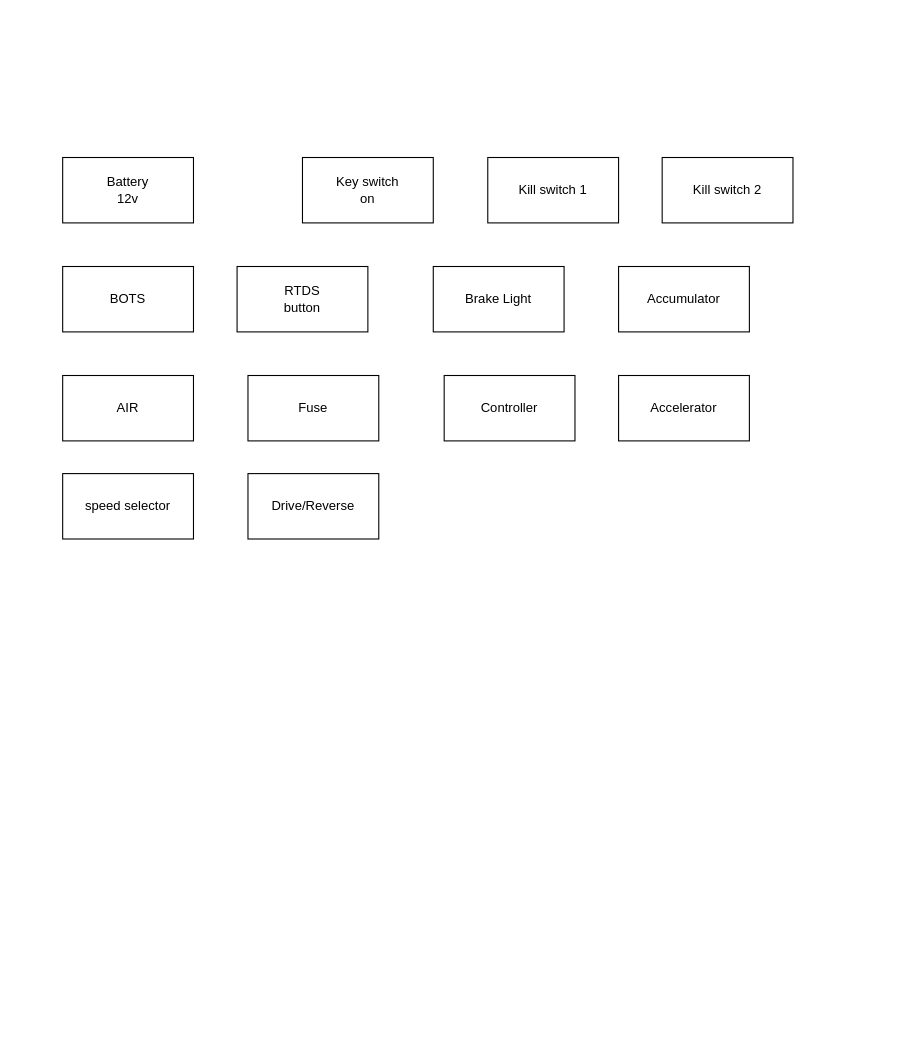
The draw.io diagram Untitled Diagram.drawio in George262004/GKDC, before the edit. Source tidied: cells renumbered, new cells numbered last; positions are measured from the earlier drawing's top-left corner, leaving out a move shared by most shapes. Both pictures are drawn from the tidied source at 109%, with x=0, y=0 at pixel (62, 157).
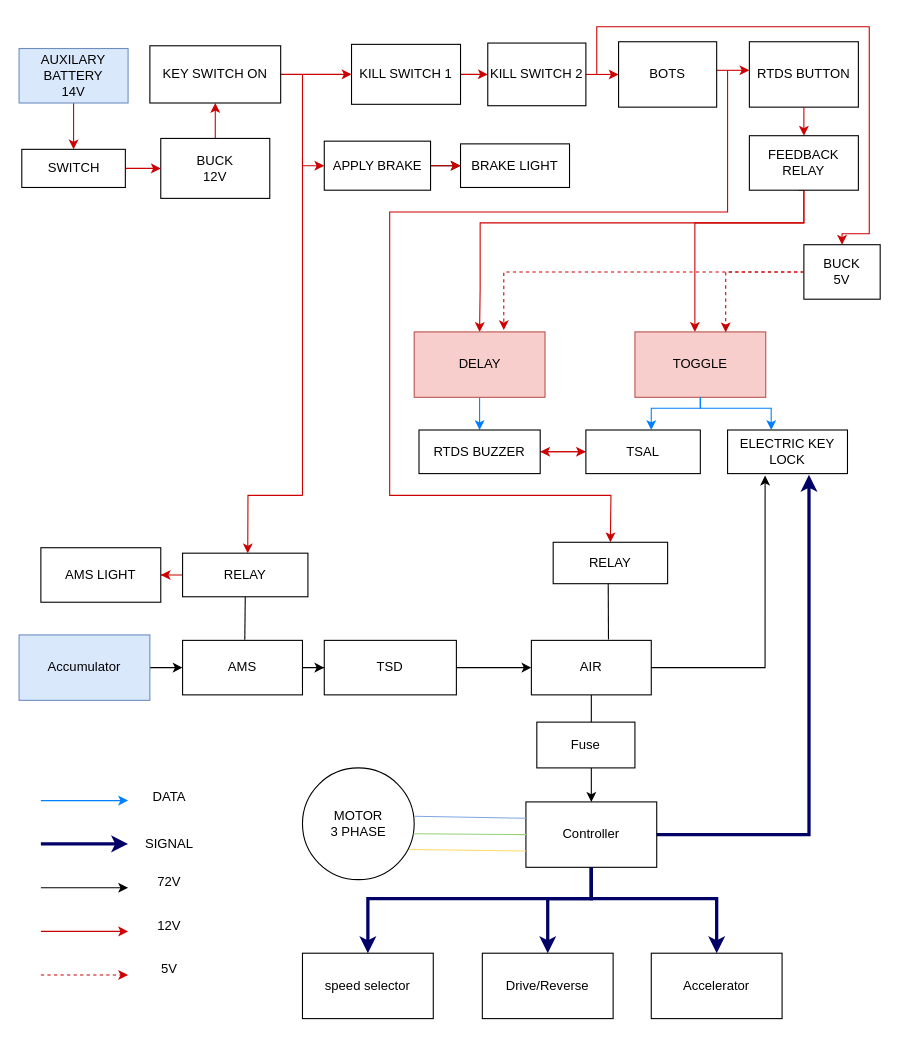
Above is the later version.

Change to the diagram source:
```diff
@@
+    <mxCell id="16" style="edgeStyle=orthogonalEdgeStyle;rounded=0;jettySize=auto;html=1;strokeColor=#CC0000;" parent="1" edge="1" source="2" target="30">
+      <mxGeometry relative="1" as="geometry" />
+    </mxCell>
-    <mxCell id="2" value="Battery&lt;br&gt;12v" style="rounded=0;whiteSpace=wrap;html=1;" parent="1" vertex="1">
-      <mxGeometry width="120" height="60" as="geometry" />
+    <mxCell id="2" value="AUXILARY BATTERY&lt;br&gt;14V" style="rounded=0;whiteSpace=wrap;html=1;fillColor=#dae8fc;strokeColor=#6c8ebf;" parent="1" vertex="1">
+      <mxGeometry x="-40" y="-100" width="100" height="50" as="geometry" />
     </mxCell>
-    <mxCell id="3" value="Key switch&lt;br&gt;on" style="rounded=0;whiteSpace=wrap;html=1;" parent="1" vertex="1">
-      <mxGeometry x="220" width="120" height="60" as="geometry" />
+    <mxCell id="3" value="BRAKE LIGHT" style="rounded=0;whiteSpace=wrap;html=1;" parent="1" vertex="1">
+      <mxGeometry x="365" y="-12.5" width="100" height="40" as="geometry" />
     </mxCell>
+    <mxCell id="17" style="edgeStyle=orthogonalEdgeStyle;rounded=0;jettySize=auto;html=1;strokeColor=#CC0000;" parent="1" edge="1" source="4" target="5">
+      <mxGeometry relative="1" as="geometry" />
+    </mxCell>
-    <mxCell id="4" value="Kill switch 1&lt;br&gt;" style="rounded=0;whiteSpace=wrap;html=1;" parent="1" vertex="1">
-      <mxGeometry x="390" width="120" height="60" as="geometry" />
+    <mxCell id="4" value="KILL SWITCH 1" style="rounded=0;whiteSpace=wrap;html=1;" parent="1" vertex="1">
+      <mxGeometry x="265" y="-103.8" width="100" height="55" as="geometry" />
     </mxCell>
+    <mxCell id="18" style="edgeStyle=orthogonalEdgeStyle;rounded=0;jettySize=auto;html=1;strokeColor=#CC0000;entryX=0.5;entryY=0;entryDx=0;entryDy=0;" parent="1" edge="1" source="5" target="40">
+      <mxGeometry relative="1" as="geometry">
+        <Array as="points">
+          <mxPoint x="490" y="-76" />
+          <mxPoint x="490" y="-120" />
+          <mxPoint x="740" y="-120" />
+          <mxPoint x="740" y="70" />
+          <mxPoint x="715" y="70" />
+        </Array>
+      </mxGeometry>
+    </mxCell>
+    <mxCell id="19" style="edgeStyle=orthogonalEdgeStyle;rounded=0;jettySize=auto;html=1;strokeColor=#CC0000;" parent="1" edge="1" source="5" target="6">
+      <mxGeometry relative="1" as="geometry" />
+    </mxCell>
-    <mxCell id="5" value="Kill switch 2&lt;br&gt;" style="rounded=0;whiteSpace=wrap;html=1;" parent="1" vertex="1">
-      <mxGeometry x="550" width="120" height="60" as="geometry" />
+    <mxCell id="5" value="KILL SWITCH 2" style="rounded=0;whiteSpace=wrap;html=1;" parent="1" vertex="1">
+      <mxGeometry x="390" y="-105" width="90" height="57.5" as="geometry" />
     </mxCell>
+    <mxCell id="20" style="edgeStyle=orthogonalEdgeStyle;rounded=0;jettySize=auto;html=1;strokeColor=#CC0000;" parent="1" edge="1" source="6" target="8">
+      <mxGeometry relative="1" as="geometry">
+        <Array as="points">
+          <mxPoint x="610" y="-80" />
+          <mxPoint x="610" y="-80" />
+        </Array>
+      </mxGeometry>
+    </mxCell>
+    <mxCell id="21" style="rounded=0;jettySize=auto;html=1;entryX=0.5;entryY=0;entryDx=0;entryDy=0;strokeColor=#CC0000;" parent="1" edge="1" target="58">
+      <mxGeometry relative="1" as="geometry">
+        <mxPoint x="610" y="-80" as="sourcePoint" />
+        <Array as="points">
+          <mxPoint x="610" y="50" />
+          <mxPoint x="300" y="50" />
+          <mxPoint x="300" y="310" />
+          <mxPoint x="503" y="310" />
+        </Array>
+      </mxGeometry>
+    </mxCell>
     <mxCell id="6" value="BOTS" style="rounded=0;whiteSpace=wrap;html=1;" parent="1" vertex="1">
-      <mxGeometry y="100" width="120" height="60" as="geometry" />
+      <mxGeometry x="510" y="-106.2" width="90" height="60" as="geometry" />
     </mxCell>
+    <mxCell id="22" style="edgeStyle=orthogonalEdgeStyle;rounded=0;jettySize=auto;html=1;strokeColor=#CC0000;" parent="1" edge="1" source="7" target="33">
+      <mxGeometry relative="1" as="geometry" />
+    </mxCell>
-    <mxCell id="7" value="Brake Light" style="rounded=0;whiteSpace=wrap;html=1;" parent="1" vertex="1">
-      <mxGeometry x="340" y="100" width="120" height="60" as="geometry" />
+    <mxCell id="7" value="BUCK&lt;br&gt;12V" style="rounded=0;whiteSpace=wrap;html=1;" parent="1" vertex="1">
+      <mxGeometry x="90" y="-17.5" width="100" height="55" as="geometry" />
     </mxCell>
+    <mxCell id="23" style="edgeStyle=orthogonalEdgeStyle;rounded=0;jettySize=auto;html=1;strokeColor=#CC0000;" parent="1" edge="1" source="8" target="39">
+      <mxGeometry relative="1" as="geometry" />
+    </mxCell>
-    <mxCell id="8" value="RTDS&lt;br&gt;button" style="rounded=0;whiteSpace=wrap;html=1;" parent="1" vertex="1">
-      <mxGeometry x="160" y="100" width="120" height="60" as="geometry" />
+    <mxCell id="8" value="RTDS BUTTON" style="rounded=0;whiteSpace=wrap;html=1;" parent="1" vertex="1">
+      <mxGeometry x="630" y="-106.2" width="100" height="60" as="geometry" />
     </mxCell>
+    <mxCell id="24" style="edgeStyle=orthogonalEdgeStyle;rounded=0;jettySize=auto;html=1;" parent="1" edge="1" source="9" target="52">
+      <mxGeometry relative="1" as="geometry" />
+    </mxCell>
-    <mxCell id="9" value="Accumulator" style="rounded=0;whiteSpace=wrap;html=1;" parent="1" vertex="1">
-      <mxGeometry x="510" y="100" width="120" height="60" as="geometry" />
+    <mxCell id="9" value="Accumulator" style="rounded=0;whiteSpace=wrap;html=1;fillColor=#dae8fc;strokeColor=#6c8ebf;" parent="1" vertex="1">
+      <mxGeometry x="-40" y="438" width="120" height="60" as="geometry" />
     </mxCell>
+    <mxCell id="25" style="edgeStyle=orthogonalEdgeStyle;rounded=0;jettySize=auto;html=1;" parent="1" edge="1" source="10" target="12">
+      <mxGeometry relative="1" as="geometry" />
+    </mxCell>
     <mxCell id="10" value="AIR" style="rounded=0;whiteSpace=wrap;html=1;" parent="1" vertex="1">
-      <mxGeometry y="200" width="120" height="60" as="geometry" />
+      <mxGeometry x="430" y="443" width="110" height="50" as="geometry" />
     </mxCell>
     <mxCell id="11" value="Fuse" style="rounded=0;whiteSpace=wrap;html=1;" parent="1" vertex="1">
-      <mxGeometry x="170" y="200" width="120" height="60" as="geometry" />
+      <mxGeometry x="435" y="518" width="90" height="42" as="geometry" />
     </mxCell>
+    <mxCell id="26" style="edgeStyle=orthogonalEdgeStyle;rounded=0;jettySize=auto;html=1;strokeColor=#000066;strokeWidth=3;" parent="1" edge="1" source="12" target="14">
+      <mxGeometry relative="1" as="geometry">
+        <Array as="points">
+          <mxPoint x="485" y="680" />
+          <mxPoint x="445" y="680" />
+        </Array>
+      </mxGeometry>
+    </mxCell>
+    <mxCell id="27" style="edgeStyle=orthogonalEdgeStyle;rounded=0;jettySize=auto;html=1;strokeColor=#000066;strokeWidth=3;" parent="1" edge="1" source="12" target="15">
+      <mxGeometry relative="1" as="geometry">
+        <Array as="points">
+          <mxPoint x="485" y="680" />
+          <mxPoint x="280" y="680" />
+        </Array>
+      </mxGeometry>
+    </mxCell>
+    <mxCell id="28" style="edgeStyle=orthogonalEdgeStyle;rounded=0;jettySize=auto;html=1;entryX=0.5;entryY=0;entryDx=0;entryDy=0;strokeColor=#000066;strokeWidth=3;" parent="1" edge="1" source="12" target="13">
+      <mxGeometry relative="1" as="geometry">
+        <Array as="points">
+          <mxPoint x="485" y="680" />
+          <mxPoint x="600" y="680" />
+        </Array>
+      </mxGeometry>
+    </mxCell>
     <mxCell id="12" value="Controller" style="rounded=0;whiteSpace=wrap;html=1;" parent="1" vertex="1">
-      <mxGeometry x="350" y="200" width="120" height="60" as="geometry" />
+      <mxGeometry x="425" y="591.2" width="120" height="60" as="geometry" />
     </mxCell>
     <mxCell id="13" value="Accelerator" style="rounded=0;whiteSpace=wrap;html=1;" parent="1" vertex="1">
-      <mxGeometry x="510" y="200" width="120" height="60" as="geometry" />
+      <mxGeometry x="540" y="730" width="120" height="60" as="geometry" />
     </mxCell>
     <mxCell id="14" value="Drive/Reverse" style="rounded=0;whiteSpace=wrap;html=1;" parent="1" vertex="1">
-      <mxGeometry x="170" y="290" width="120" height="60" as="geometry" />
+      <mxGeometry x="385" y="730" width="120" height="60" as="geometry" />
     </mxCell>
     <mxCell id="15" value="speed selector" style="rounded=0;whiteSpace=wrap;html=1;" parent="1" vertex="1">
-      <mxGeometry y="290" width="120" height="60" as="geometry" />
+      <mxGeometry x="220" y="730" width="120" height="60" as="geometry" />
     </mxCell>
+    <mxCell id="29" style="edgeStyle=orthogonalEdgeStyle;rounded=0;jettySize=auto;html=1;strokeColor=#CC0000;" parent="1" edge="1" source="30" target="7">
+      <mxGeometry relative="1" as="geometry" />
+    </mxCell>
+    <mxCell id="30" value="SWITCH&lt;br&gt;" style="rounded=0;whiteSpace=wrap;html=1;" parent="1" vertex="1">
+      <mxGeometry x="-37.5" y="-7.5" width="95" height="35" as="geometry" />
+    </mxCell>
+    <mxCell id="31" style="edgeStyle=elbowEdgeStyle;rounded=0;jettySize=auto;html=1;strokeColor=#CC0000;" parent="1" edge="1" source="33" target="4">
+      <mxGeometry relative="1" as="geometry" />
+    </mxCell>
+    <mxCell id="32" style="edgeStyle=orthogonalEdgeStyle;rounded=0;jettySize=auto;html=1;entryX=0;entryY=0.5;entryDx=0;entryDy=0;strokeColor=#CC0000;" parent="1" edge="1" source="33" target="36">
+      <mxGeometry relative="1" as="geometry" />
+    </mxCell>
+    <mxCell id="33" value="KEY SWITCH ON" style="rounded=0;whiteSpace=wrap;html=1;" parent="1" vertex="1">
+      <mxGeometry x="80" y="-102.5" width="120" height="52.5" as="geometry" />
+    </mxCell>
+    <mxCell id="34" style="edgeStyle=orthogonalEdgeStyle;rounded=0;jettySize=auto;html=1;" parent="1" edge="1" source="36" target="3">
+      <mxGeometry relative="1" as="geometry" />
+    </mxCell>
+    <mxCell id="35" style="edgeStyle=orthogonalEdgeStyle;rounded=0;jettySize=auto;html=1;strokeColor=#CC0000;" parent="1" edge="1" source="36" target="3">
+      <mxGeometry relative="1" as="geometry" />
+    </mxCell>
+    <mxCell id="36" value="APPLY BRAKE" style="rounded=0;whiteSpace=wrap;html=1;" parent="1" vertex="1">
+      <mxGeometry x="240" y="-15" width="97.5" height="45" as="geometry" />
+    </mxCell>
+    <mxCell id="37" style="edgeStyle=orthogonalEdgeStyle;rounded=0;jettySize=auto;html=1;entryX=0.5;entryY=0;entryDx=0;entryDy=0;strokeColor=#CC0000;" parent="1" edge="1" source="39" target="42">
+      <mxGeometry relative="1" as="geometry">
+        <Array as="points">
+          <mxPoint x="680" y="60" />
+          <mxPoint x="383" y="60" />
+          <mxPoint x="383" y="120" />
+        </Array>
+      </mxGeometry>
+    </mxCell>
+    <mxCell id="38" style="edgeStyle=orthogonalEdgeStyle;rounded=0;orthogonalLoop=1;jettySize=auto;html=1;entryX=0.5;entryY=0;entryDx=0;entryDy=0;strokeColor=#CC0000;" parent="1" edge="1">
+      <mxGeometry relative="1" as="geometry">
+        <mxPoint x="675" y="30" as="sourcePoint" />
+        <mxPoint x="580" y="160" as="targetPoint" />
+        <Array as="points">
+          <mxPoint x="680" y="30" />
+          <mxPoint x="680" y="60" />
+          <mxPoint x="580" y="60" />
+        </Array>
+      </mxGeometry>
+    </mxCell>
+    <mxCell id="39" value="FEEDBACK RELAY" style="rounded=0;whiteSpace=wrap;html=1;" parent="1" vertex="1">
+      <mxGeometry x="630" y="-20" width="100" height="50" as="geometry" />
+    </mxCell>
+    <mxCell id="40" value="BUCK&lt;br&gt;5V" style="rounded=0;whiteSpace=wrap;html=1;" parent="1" vertex="1">
+      <mxGeometry x="680" y="80" width="70" height="50" as="geometry" />
+    </mxCell>
+    <mxCell id="41" style="edgeStyle=orthogonalEdgeStyle;rounded=0;jettySize=auto;html=1;strokeColor=#007FFF;" parent="1" edge="1" source="42" target="47">
+      <mxGeometry relative="1" as="geometry" />
+    </mxCell>
+    <mxCell id="42" value="DELAY" style="rounded=0;whiteSpace=wrap;html=1;fillColor=#f8cecc;strokeColor=#b85450;" parent="1" vertex="1">
+      <mxGeometry x="322.5" y="160" width="120" height="60" as="geometry" />
+    </mxCell>
+    <mxCell id="43" value="TOGGLE" style="rounded=0;whiteSpace=wrap;html=1;fillColor=#f8cecc;strokeColor=#b85450;" parent="1" vertex="1">
+      <mxGeometry x="525" y="160" width="120" height="60" as="geometry" />
+    </mxCell>
+    <mxCell id="44" style="edgeStyle=orthogonalEdgeStyle;rounded=0;jettySize=auto;html=1;entryX=0.685;entryY=-0.028;entryDx=0;entryDy=0;entryPerimeter=0;dashed=1;strokeColor=#CC0000;" parent="1" edge="1" source="40" target="42">
+      <mxGeometry relative="1" as="geometry" />
+    </mxCell>
+    <mxCell id="45" style="edgeStyle=orthogonalEdgeStyle;rounded=0;jettySize=auto;html=1;entryX=0.694;entryY=0.006;entryDx=0;entryDy=0;entryPerimeter=0;dashed=1;strokeColor=#CC0000;" parent="1" edge="1" source="40" target="43">
+      <mxGeometry relative="1" as="geometry" />
+    </mxCell>
+    <mxCell id="46" style="edgeStyle=orthogonalEdgeStyle;rounded=0;jettySize=auto;html=1;strokeColor=#CC0000;" parent="1" edge="1" source="47" target="49">
+      <mxGeometry relative="1" as="geometry" />
+    </mxCell>
+    <mxCell id="47" value="RTDS BUZZER" style="rounded=0;whiteSpace=wrap;html=1;" parent="1" vertex="1">
+      <mxGeometry x="326.9" y="250" width="111.2" height="40" as="geometry" />
+    </mxCell>
+    <mxCell id="48" style="edgeStyle=orthogonalEdgeStyle;rounded=0;jettySize=auto;html=1;entryX=1;entryY=0.5;entryDx=0;entryDy=0;strokeColor=#CC0000;" parent="1" edge="1" source="49" target="47">
+      <mxGeometry relative="1" as="geometry" />
+    </mxCell>
+    <mxCell id="49" value="TSAL" style="rounded=0;whiteSpace=wrap;html=1;" parent="1" vertex="1">
+      <mxGeometry x="480" y="250" width="105" height="40" as="geometry" />
+    </mxCell>
+    <mxCell id="50" value="ELECTRIC KEY LOCK" style="rounded=0;whiteSpace=wrap;html=1;" parent="1" vertex="1">
+      <mxGeometry x="610" y="250" width="110" height="40" as="geometry" />
+    </mxCell>
+    <mxCell id="51" style="edgeStyle=orthogonalEdgeStyle;rounded=0;jettySize=auto;html=1;" parent="1" edge="1" source="52" target="54">
+      <mxGeometry relative="1" as="geometry" />
+    </mxCell>
+    <mxCell id="52" value="AMS" style="rounded=0;whiteSpace=wrap;html=1;" parent="1" vertex="1">
+      <mxGeometry x="110" y="443" width="110" height="50" as="geometry" />
+    </mxCell>
+    <mxCell id="53" style="edgeStyle=orthogonalEdgeStyle;rounded=0;jettySize=auto;html=1;" parent="1" edge="1" source="54" target="10">
+      <mxGeometry relative="1" as="geometry" />
+    </mxCell>
+    <mxCell id="54" value="TSD" style="rounded=0;whiteSpace=wrap;html=1;" parent="1" vertex="1">
+      <mxGeometry x="240" y="443" width="121.2" height="50" as="geometry" />
+    </mxCell>
+    <mxCell id="55" style="edgeStyle=orthogonalEdgeStyle;rounded=0;jettySize=auto;html=1;strokeColor=#CC0000;" parent="1" edge="1" source="56" target="57">
+      <mxGeometry relative="1" as="geometry" />
+    </mxCell>
+    <mxCell id="56" value="RELAY" style="rounded=0;whiteSpace=wrap;html=1;" parent="1" vertex="1">
+      <mxGeometry x="110" y="363" width="115" height="40" as="geometry" />
+    </mxCell>
+    <mxCell id="57" value="AMS LIGHT" style="rounded=0;whiteSpace=wrap;html=1;" parent="1" vertex="1">
+      <mxGeometry x="-20" y="358" width="110" height="50" as="geometry" />
+    </mxCell>
+    <mxCell id="58" value="RELAY" style="rounded=0;whiteSpace=wrap;html=1;" parent="1" vertex="1">
+      <mxGeometry x="450" y="353" width="105" height="38" as="geometry" />
+    </mxCell>
+    <mxCell id="59" style="endArrow=none;html=1;rounded=0;exitX=0.5;exitY=1;exitDx=0;exitDy=0;entryX=0.519;entryY=-0.013;entryDx=0;entryDy=0;entryPerimeter=0;" parent="1" edge="1" source="56" target="52">
+      <mxGeometry relative="1" as="geometry" />
+    </mxCell>
+    <mxCell id="60" style="endArrow=none;html=1;rounded=0;entryX=0.481;entryY=0.993;entryDx=0;entryDy=0;exitX=0.643;exitY=-0.018;exitDx=0;exitDy=0;exitPerimeter=0;entryPerimeter=0;" parent="1" edge="1" source="10" target="58">
+      <mxGeometry relative="1" as="geometry" />
+    </mxCell>
+    <mxCell id="61" value="MOTOR&lt;br&gt;3 PHASE" style="ellipse;whiteSpace=wrap;html=1;" parent="1" vertex="1">
+      <mxGeometry x="220" y="560" width="102.5" height="102.5" as="geometry" />
+    </mxCell>
+    <mxCell id="62" style="edgeStyle=orthogonalEdgeStyle;rounded=0;jettySize=auto;html=1;entryX=0.313;entryY=1.046;entryDx=0;entryDy=0;entryPerimeter=0;" parent="1" edge="1" source="10" target="50">
+      <mxGeometry relative="1" as="geometry" />
+    </mxCell>
+    <mxCell id="63" style="edgeStyle=orthogonalEdgeStyle;rounded=0;jettySize=auto;html=1;exitX=1;exitY=0.5;exitDx=0;exitDy=0;entryX=0.679;entryY=1.028;entryDx=0;entryDy=0;entryPerimeter=0;strokeColor=#000066;strokeWidth=3;" parent="1" edge="1" source="12" target="50">
+      <mxGeometry relative="1" as="geometry" />
+    </mxCell>
+    <mxCell id="64" style="endArrow=none;html=1;rounded=0;entryX=0;entryY=0.25;entryDx=0;entryDy=0;exitX=1.002;exitY=0.433;exitDx=0;exitDy=0;exitPerimeter=0;strokeColor=#7EA6E0;" parent="1" edge="1" source="61" target="12">
+      <mxGeometry relative="1" as="geometry" />
+    </mxCell>
+    <mxCell id="65" style="endArrow=none;html=1;rounded=0;entryX=0;entryY=0.5;entryDx=0;entryDy=0;exitX=0.994;exitY=0.589;exitDx=0;exitDy=0;exitPerimeter=0;strokeColor=#97D077;" parent="1" edge="1" source="61" target="12">
+      <mxGeometry relative="1" as="geometry" />
+    </mxCell>
+    <mxCell id="66" style="endArrow=none;html=1;rounded=0;exitX=0.956;exitY=0.731;exitDx=0;exitDy=0;exitPerimeter=0;entryX=0;entryY=0.75;entryDx=0;entryDy=0;strokeColor=#FFD966;" parent="1" edge="1" source="61" target="12">
+      <mxGeometry relative="1" as="geometry" />
+    </mxCell>
+    <mxCell id="67" style="endArrow=classic;html=1;rounded=0;strokeColor=#007FFF;" parent="1" edge="1">
+      <mxGeometry relative="1" as="geometry">
+        <mxPoint x="-20" y="590" as="sourcePoint" />
+        <mxPoint x="60" y="590" as="targetPoint" />
+      </mxGeometry>
+    </mxCell>
+    <mxCell id="68" style="endArrow=classic;html=1;rounded=0;strokeColor=#000066;strokeWidth=3;" parent="1" edge="1">
+      <mxGeometry relative="1" as="geometry">
+        <mxPoint x="-20" y="629.7" as="sourcePoint" />
+        <mxPoint x="60" y="629.7" as="targetPoint" />
+      </mxGeometry>
+    </mxCell>
+    <mxCell id="69" style="endArrow=classic;html=1;rounded=0;" parent="1" edge="1">
+      <mxGeometry relative="1" as="geometry">
+        <mxPoint x="-20" y="670" as="sourcePoint" />
+        <mxPoint x="60" y="670" as="targetPoint" />
+      </mxGeometry>
+    </mxCell>
+    <mxCell id="70" style="endArrow=classic;html=1;rounded=0;strokeColor=#CC0000;" parent="1" edge="1">
+      <mxGeometry relative="1" as="geometry">
+        <mxPoint x="-20" y="710" as="sourcePoint" />
+        <mxPoint x="60" y="710" as="targetPoint" />
+      </mxGeometry>
+    </mxCell>
+    <mxCell id="71" style="endArrow=classic;html=1;rounded=0;strokeColor=#CC0000;dashed=1;" parent="1" edge="1">
+      <mxGeometry relative="1" as="geometry">
+        <mxPoint x="-20" y="750" as="sourcePoint" />
+        <mxPoint x="60" y="750" as="targetPoint" />
+      </mxGeometry>
+    </mxCell>
+    <mxCell id="72" value="DATA" style="text;strokeColor=none;align=center;fillColor=none;html=1;verticalAlign=middle;whiteSpace=wrap;rounded=0;" parent="1" vertex="1">
+      <mxGeometry x="57.5" y="570" width="80" height="33.8" as="geometry" />
+    </mxCell>
+    <mxCell id="73" value="SIGNAL" style="text;strokeColor=none;align=center;fillColor=none;html=1;verticalAlign=middle;whiteSpace=wrap;rounded=0;" parent="1" vertex="1">
+      <mxGeometry x="67.5" y="615" width="60" height="30" as="geometry" />
+    </mxCell>
+    <mxCell id="74" value="72V" style="text;strokeColor=none;align=center;fillColor=none;html=1;verticalAlign=middle;whiteSpace=wrap;rounded=0;" parent="1" vertex="1">
+      <mxGeometry x="67.5" y="650" width="60" height="30" as="geometry" />
+    </mxCell>
+    <mxCell id="75" value="12V" style="text;strokeColor=none;align=center;fillColor=none;html=1;verticalAlign=middle;whiteSpace=wrap;rounded=0;" parent="1" vertex="1">
+      <mxGeometry x="67.5" y="690" width="60" height="30" as="geometry" />
+    </mxCell>
+    <mxCell id="76" value="5V" style="text;strokeColor=none;align=center;fillColor=none;html=1;verticalAlign=middle;whiteSpace=wrap;rounded=0;" parent="1" vertex="1">
+      <mxGeometry x="67.5" y="730" width="60" height="30" as="geometry" />
+    </mxCell>
+    <mxCell id="77" style="edgeStyle=orthogonalEdgeStyle;rounded=0;jettySize=auto;html=1;exitX=0.5;exitY=1;exitDx=0;exitDy=0;entryX=0.571;entryY=0;entryDx=0;entryDy=0;entryPerimeter=0;strokeColor=#007FFF;" parent="1" edge="1" source="43" target="49">
+      <mxGeometry relative="1" as="geometry">
+        <Array as="points">
+          <mxPoint x="585" y="230" />
+          <mxPoint x="540" y="230" />
+        </Array>
+      </mxGeometry>
+    </mxCell>
+    <mxCell id="78" style="edgeStyle=orthogonalEdgeStyle;rounded=0;jettySize=auto;html=1;entryX=0.364;entryY=0;entryDx=0;entryDy=0;entryPerimeter=0;strokeColor=#007FFF;" parent="1" edge="1" source="43" target="50">
+      <mxGeometry relative="1" as="geometry">
+        <Array as="points">
+          <mxPoint x="585" y="230" />
+          <mxPoint x="650" y="230" />
+        </Array>
+      </mxGeometry>
+    </mxCell>
+    <mxCell id="79" style="endArrow=none;html=1;rounded=0;strokeColor=#CC0000;" parent="1" edge="1">
+      <mxGeometry relative="1" as="geometry">
+        <mxPoint x="220" y="310" as="sourcePoint" />
+        <mxPoint x="220" as="targetPoint" />
+      </mxGeometry>
+    </mxCell>
+    <mxCell id="80" style="endArrow=classic;html=1;rounded=0;entryX=0.52;entryY=0.004;entryDx=0;entryDy=0;entryPerimeter=0;strokeColor=#CC0000;" parent="1" edge="1" target="56">
+      <mxGeometry relative="1" as="geometry">
+        <mxPoint x="220" y="310" as="sourcePoint" />
+        <Array as="points">
+          <mxPoint x="170" y="310" />
+        </Array>
+      </mxGeometry>
+    </mxCell>
```
